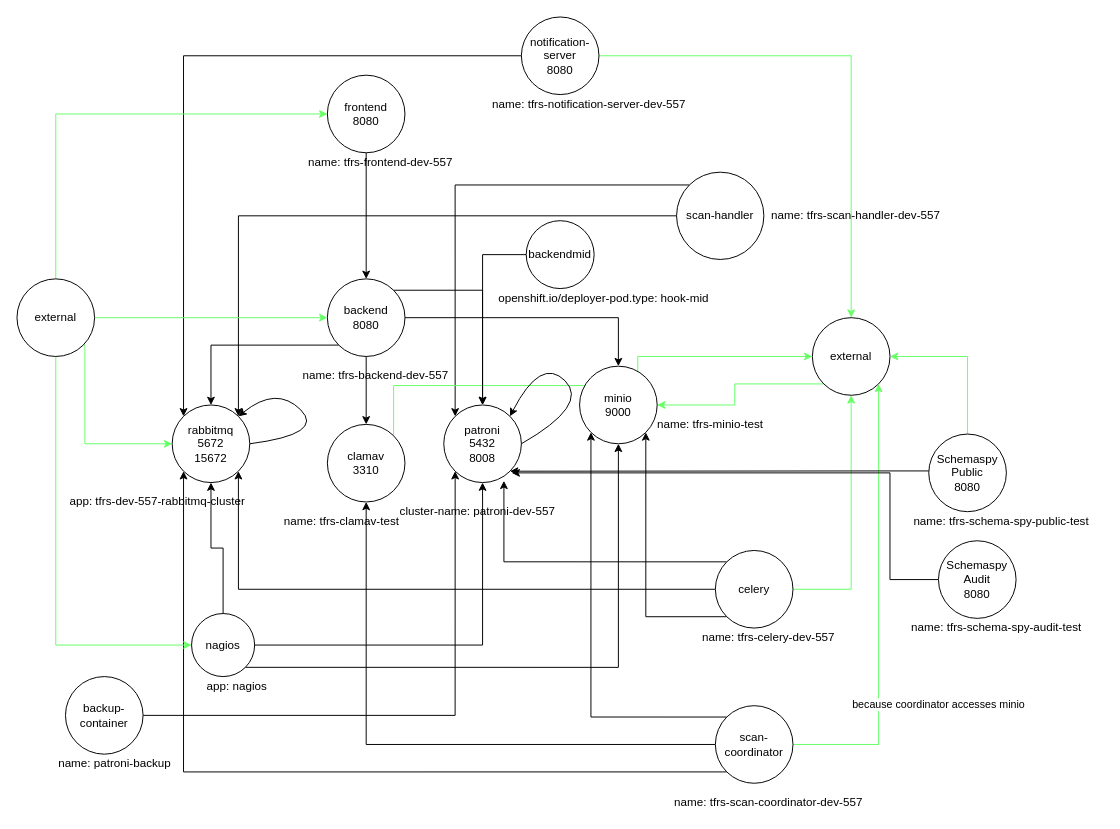
The draw.io diagram openshift-v4/templates/knp/knp-diagram.drawio in bcgov/tfrs, before the edit. Source tidied: cells renumbered, new cells numbered last; positions are measured from the earlier drawing's top-left corner, leaving out a move shared by most shapes. Both pictures are drawn from the tidied source at 97%, with x=0, y=0 at pixel (16, 16).
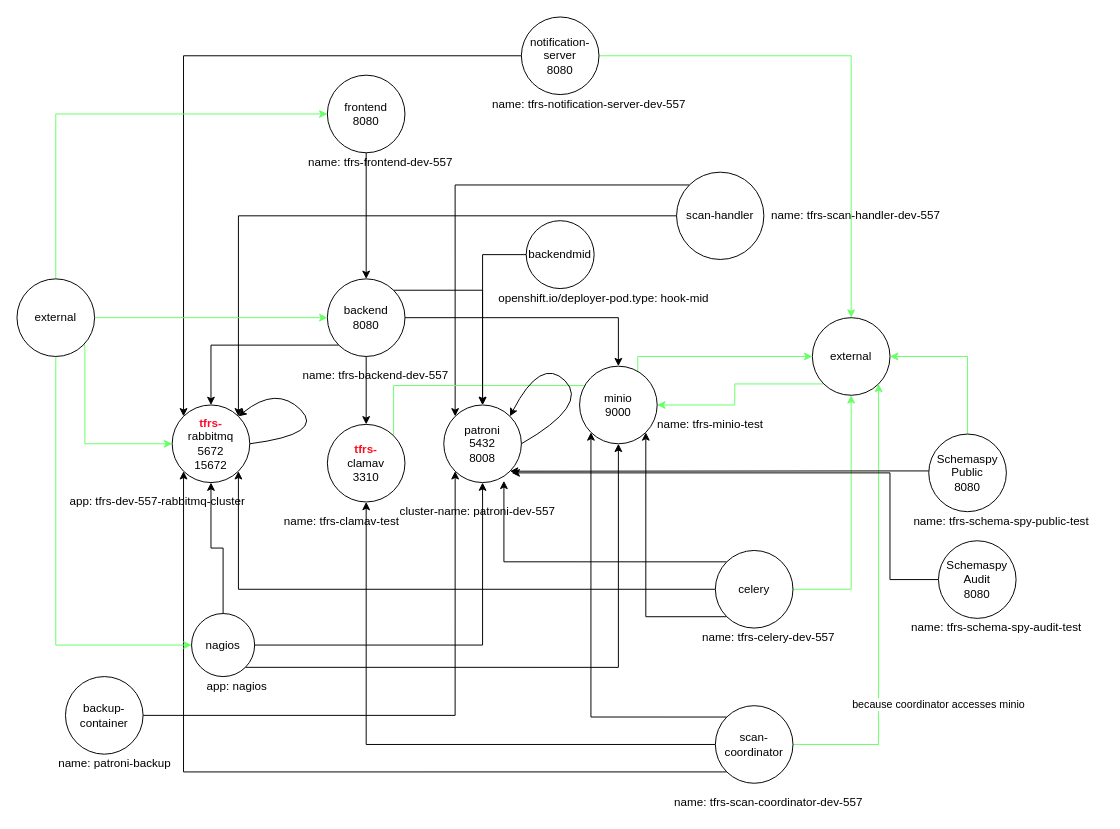
After the change.

Commit message (it also covers changes not shown here):
deploy clamav, rabbitmq and knps to test

Diff of the diagram source:
```diff
@@
-    <mxCell id="26" value="rabbitmq&lt;br&gt;5672&lt;br&gt;15672" style="ellipse;whiteSpace=wrap;html=1;" parent="1" vertex="1">
+    <mxCell id="26" value="&lt;font color=&quot;#ff0d2d&quot;&gt;&lt;b&gt;tfrs-&lt;/b&gt;&lt;/font&gt;&lt;br&gt;rabbitmq&lt;br&gt;5672&lt;br&gt;15672" style="ellipse;whiteSpace=wrap;html=1;" parent="1" vertex="1">
       <mxGeometry x="160" y="400" width="80" height="80" as="geometry" />
     </mxCell>
@@
-    <mxCell id="34" value="clamav&lt;br&gt;3310" style="ellipse;whiteSpace=wrap;html=1;" parent="1" vertex="1">
+    <mxCell id="34" value="&lt;b&gt;&lt;font color=&quot;#ff0d1d&quot;&gt;tfrs-&lt;/font&gt;&lt;/b&gt;&lt;br&gt;clamav&lt;br&gt;3310" style="ellipse;whiteSpace=wrap;html=1;" parent="1" vertex="1">
       <mxGeometry x="320" y="420" width="80" height="80" as="geometry" />
     </mxCell>
```
